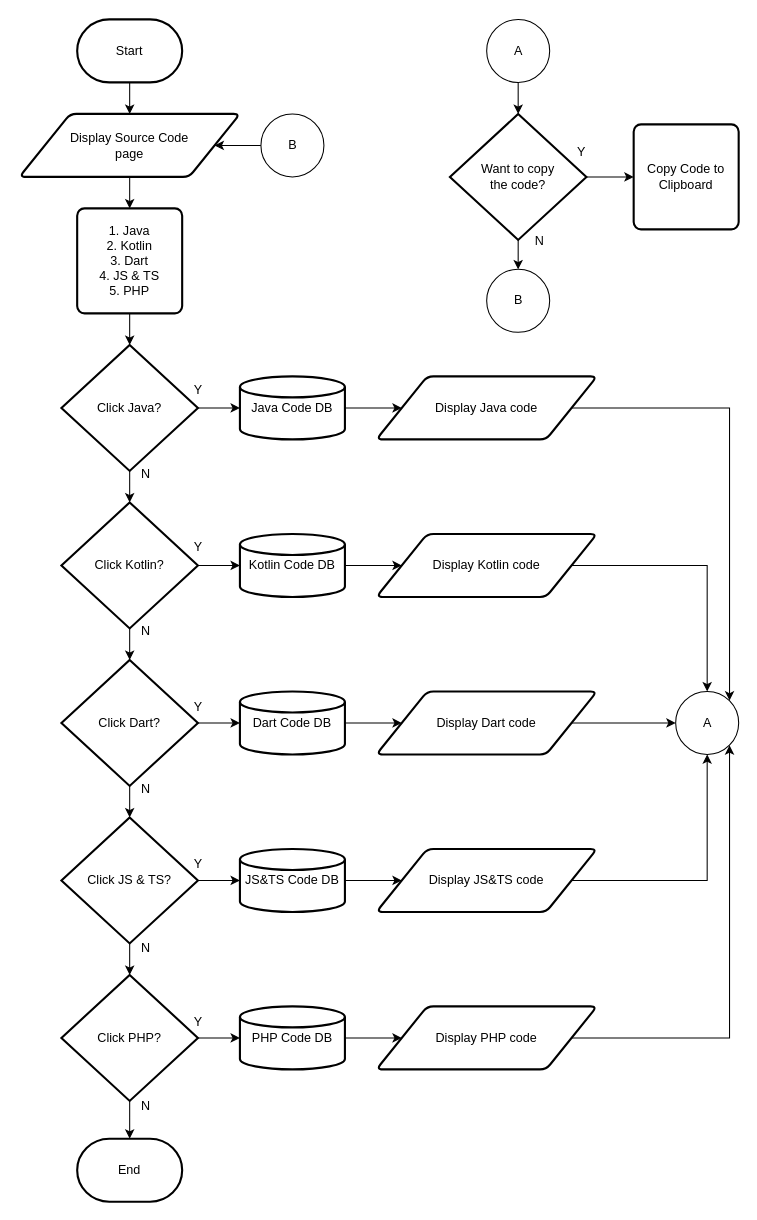
The draw.io diagram page "Page - SC for Member" (6 of 11) of KP2.drawio in dapzz-id/DrawIO, before the edit. Source tidied: cells renumbered, new cells numbered last; positions are measured from the earlier drawing's top-left corner, leaving out a move shared by most shapes. Both pictures are drawn from the tidied source at 105%, with x=0, y=0 at pixel (19, 19).
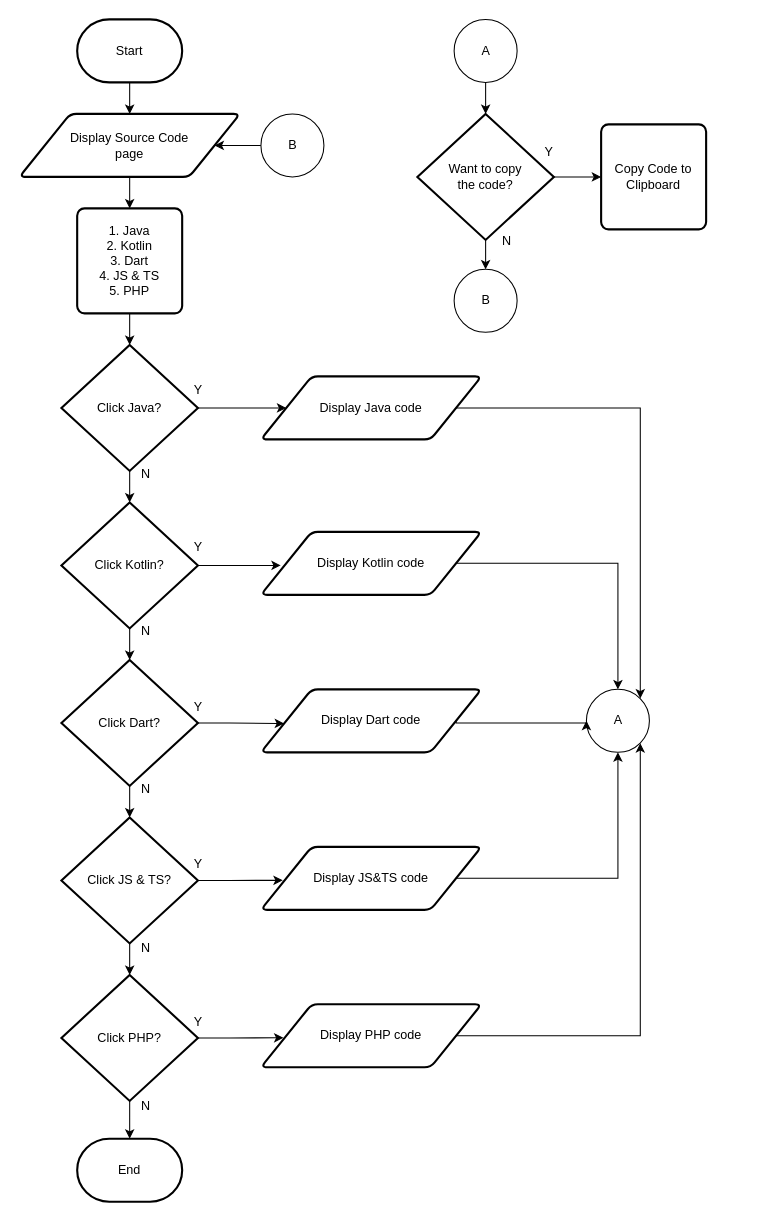
The same page after the edit.

Unchanged cells that the change refers to:
```xml
<mxCell id="8" value="Click Java?" style="strokeWidth=2;html=1;shape=mxgraph.flowchart.decision;whiteSpace=wrap;" parent="1" vertex="1">
  <mxGeometry x="40" y="310" width="130" height="120" as="geometry" />
</mxCell>
<mxCell id="11" value="Click Kotlin?" style="strokeWidth=2;html=1;shape=mxgraph.flowchart.decision;whiteSpace=wrap;" parent="1" vertex="1">
  <mxGeometry x="40" y="460" width="130" height="120" as="geometry" />
</mxCell>
<mxCell id="14" value="Click Dart?" style="strokeWidth=2;html=1;shape=mxgraph.flowchart.decision;whiteSpace=wrap;" parent="1" vertex="1">
  <mxGeometry x="40" y="610" width="130" height="120" as="geometry" />
</mxCell>
<mxCell id="17" value="Click JS &amp;amp; TS?" style="strokeWidth=2;html=1;shape=mxgraph.flowchart.decision;whiteSpace=wrap;" parent="1" vertex="1">
  <mxGeometry x="40" y="760" width="130" height="120" as="geometry" />
</mxCell>
<mxCell id="20" value="Click PHP?" style="strokeWidth=2;html=1;shape=mxgraph.flowchart.decision;whiteSpace=wrap;" parent="1" vertex="1">
  <mxGeometry x="40" y="910" width="130" height="120" as="geometry" />
</mxCell>
```

What changed in the source:
```diff
@@
-    <mxCell id="7" style="edgeStyle=orthogonalEdgeStyle;rounded=0;jettySize=auto;html=1;" parent="1" edge="1" source="8" target="28">
+    <mxCell id="7" style="edgeStyle=orthogonalEdgeStyle;rounded=0;jettySize=auto;html=1;entryX=0;entryY=0.5;entryDx=0;entryDy=0;" parent="1" edge="1" source="8" target="30">
       <mxGeometry relative="1" as="geometry" />
     </mxCell>
@@
-    <mxCell id="10" style="edgeStyle=orthogonalEdgeStyle;rounded=0;jettySize=auto;html=1;" parent="1" edge="1" source="11" target="34">
+    <mxCell id="10" style="edgeStyle=orthogonalEdgeStyle;rounded=0;jettySize=auto;html=1;entryX=0.09;entryY=0.533;entryDx=0;entryDy=0;entryPerimeter=0;" parent="1" edge="1" source="11" target="45">
       <mxGeometry relative="1" as="geometry" />
     </mxCell>
@@
-    <mxCell id="13" style="edgeStyle=orthogonalEdgeStyle;rounded=0;jettySize=auto;html=1;" parent="1" edge="1" source="14" target="36">
+    <mxCell id="13" style="edgeStyle=orthogonalEdgeStyle;rounded=0;jettySize=auto;html=1;entryX=0.105;entryY=0.542;entryDx=0;entryDy=0;entryPerimeter=0;" parent="1" edge="1" source="14" target="46">
       <mxGeometry relative="1" as="geometry" />
     </mxCell>
@@
-    <mxCell id="16" style="edgeStyle=orthogonalEdgeStyle;rounded=0;jettySize=auto;html=1;" parent="1" edge="1" source="17" target="38">
+    <mxCell id="16" style="edgeStyle=orthogonalEdgeStyle;rounded=0;jettySize=auto;html=1;entryX=0.099;entryY=0.532;entryDx=0;entryDy=0;entryPerimeter=0;" parent="1" edge="1" source="17" target="47">
       <mxGeometry relative="1" as="geometry" />
     </mxCell>
@@
-    <mxCell id="19" style="edgeStyle=orthogonalEdgeStyle;rounded=0;jettySize=auto;html=1;" parent="1" edge="1" source="20" target="40">
+    <mxCell id="19" style="edgeStyle=orthogonalEdgeStyle;rounded=0;jettySize=auto;html=1;entryX=0.102;entryY=0.531;entryDx=0;entryDy=0;entryPerimeter=0;" parent="1" edge="1" source="20" target="48">
       <mxGeometry relative="1" as="geometry" />
     </mxCell>
@@
-    <mxCell id="27" style="edgeStyle=orthogonalEdgeStyle;rounded=0;jettySize=auto;html=1;" parent="1" edge="1" source="28" target="30">
-      <mxGeometry relative="1" as="geometry" />
-    </mxCell>
-    <mxCell id="28" value="Java Code DB" style="strokeWidth=2;html=1;shape=mxgraph.flowchart.database;whiteSpace=wrap;" parent="1" vertex="1">
-      <mxGeometry x="210" y="340" width="100" height="60" as="geometry" />
-    </mxCell>
@@
     <mxCell id="30" value="Display Java code" style="shape=parallelogram;html=1;strokeWidth=2;perimeter=parallelogramPerimeter;whiteSpace=wrap;rounded=1;arcSize=12;size=0.23;" parent="1" vertex="1">
-      <mxGeometry x="340" y="340" width="210" height="60" as="geometry" />
+      <mxGeometry x="230" y="340" width="210" height="60" as="geometry" />
     </mxCell>
@@
-    <mxCell id="33" style="edgeStyle=orthogonalEdgeStyle;rounded=0;jettySize=auto;html=1;" parent="1" edge="1" source="34" target="45">
-      <mxGeometry relative="1" as="geometry" />
-    </mxCell>
-    <mxCell id="34" value="Kotlin Code DB" style="strokeWidth=2;html=1;shape=mxgraph.flowchart.database;whiteSpace=wrap;" parent="1" vertex="1">
-      <mxGeometry x="210" y="490" width="100" height="60" as="geometry" />
-    </mxCell>
-    <mxCell id="35" style="edgeStyle=orthogonalEdgeStyle;rounded=0;jettySize=auto;html=1;" parent="1" edge="1" source="36" target="46">
-      <mxGeometry relative="1" as="geometry" />
-    </mxCell>
-    <mxCell id="36" value="Dart Code DB" style="strokeWidth=2;html=1;shape=mxgraph.flowchart.database;whiteSpace=wrap;" parent="1" vertex="1">
-      <mxGeometry x="210" y="640" width="100" height="60" as="geometry" />
-    </mxCell>
-    <mxCell id="37" style="edgeStyle=orthogonalEdgeStyle;rounded=0;jettySize=auto;html=1;" parent="1" edge="1" source="38" target="47">
-      <mxGeometry relative="1" as="geometry" />
-    </mxCell>
-    <mxCell id="38" value="JS&amp;amp;TS Code DB" style="strokeWidth=2;html=1;shape=mxgraph.flowchart.database;whiteSpace=wrap;" parent="1" vertex="1">
-      <mxGeometry x="210" y="790" width="100" height="60" as="geometry" />
-    </mxCell>
-    <mxCell id="39" style="edgeStyle=orthogonalEdgeStyle;rounded=0;jettySize=auto;html=1;" parent="1" edge="1" source="40" target="48">
-      <mxGeometry relative="1" as="geometry" />
-    </mxCell>
-    <mxCell id="40" value="PHP Code DB" style="strokeWidth=2;html=1;shape=mxgraph.flowchart.database;whiteSpace=wrap;" parent="1" vertex="1">
-      <mxGeometry x="210" y="940" width="100" height="60" as="geometry" />
-    </mxCell>
@@
     <mxCell id="45" value="Display Kotlin code" style="shape=parallelogram;html=1;strokeWidth=2;perimeter=parallelogramPerimeter;whiteSpace=wrap;rounded=1;arcSize=12;size=0.23;" parent="1" vertex="1">
-      <mxGeometry x="340" y="490" width="210" height="60" as="geometry" />
+      <mxGeometry x="230" y="488" width="210" height="60" as="geometry" />
     </mxCell>
     <mxCell id="46" value="Display Dart code" style="shape=parallelogram;html=1;strokeWidth=2;perimeter=parallelogramPerimeter;whiteSpace=wrap;rounded=1;arcSize=12;size=0.23;" parent="1" vertex="1">
-      <mxGeometry x="340" y="640" width="210" height="60" as="geometry" />
+      <mxGeometry x="230" y="638" width="210" height="60" as="geometry" />
     </mxCell>
     <mxCell id="47" value="Display JS&amp;amp;TS code" style="shape=parallelogram;html=1;strokeWidth=2;perimeter=parallelogramPerimeter;whiteSpace=wrap;rounded=1;arcSize=12;size=0.23;" parent="1" vertex="1">
-      <mxGeometry x="340" y="790" width="210" height="60" as="geometry" />
+      <mxGeometry x="230" y="788" width="210" height="60" as="geometry" />
     </mxCell>
     <mxCell id="48" value="Display PHP code" style="shape=parallelogram;html=1;strokeWidth=2;perimeter=parallelogramPerimeter;whiteSpace=wrap;rounded=1;arcSize=12;size=0.23;" parent="1" vertex="1">
-      <mxGeometry x="340" y="940" width="210" height="60" as="geometry" />
+      <mxGeometry x="230" y="938" width="210" height="60" as="geometry" />
     </mxCell>
     <mxCell id="49" value="A" style="verticalLabelPosition=middle;verticalAlign=middle;html=1;shape=mxgraph.flowchart.on-page_reference;labelPosition=center;align=center;" parent="1" vertex="1">
-      <mxGeometry x="625" y="640" width="60" height="60" as="geometry" />
+      <mxGeometry x="540" y="638" width="60" height="60" as="geometry" />
     </mxCell>
@@
     <mxCell id="52" style="edgeStyle=orthogonalEdgeStyle;rounded=0;jettySize=auto;html=1;exitX=1;exitY=0.5;exitDx=0;exitDy=0;entryX=0;entryY=0.5;entryDx=0;entryDy=0;entryPerimeter=0;" parent="1" edge="1" source="46" target="49">
-      <mxGeometry relative="1" as="geometry" />
+      <mxGeometry relative="1" as="geometry">
+        <Array as="points">
+          <mxPoint x="416" y="670" />
+        </Array>
+      </mxGeometry>
     </mxCell>
@@
     <mxCell id="56" value="A" style="verticalLabelPosition=middle;verticalAlign=middle;html=1;shape=mxgraph.flowchart.on-page_reference;labelPosition=center;align=center;" parent="1" vertex="1">
-      <mxGeometry x="445" width="60" height="60" as="geometry" />
+      <mxGeometry x="414" width="60" height="60" as="geometry" />
     </mxCell>
@@
     <mxCell id="61" value="Want to copy&lt;div&gt;&lt;span style=&quot;background-color: transparent; color: light-dark(rgb(0, 0, 0), rgb(255, 255, 255));&quot;&gt;the code?&lt;/span&gt;&lt;/div&gt;" style="strokeWidth=2;html=1;shape=mxgraph.flowchart.decision;whiteSpace=wrap;" parent="1" vertex="1">
-      <mxGeometry x="410" y="90" width="130" height="120" as="geometry" />
+      <mxGeometry x="379" y="90" width="130" height="120" as="geometry" />
     </mxCell>
     <mxCell id="62" value="B" style="verticalLabelPosition=middle;verticalAlign=middle;html=1;shape=mxgraph.flowchart.on-page_reference;labelPosition=center;align=center;" parent="1" vertex="1">
-      <mxGeometry x="445" y="238" width="60" height="60" as="geometry" />
+      <mxGeometry x="414" y="238" width="60" height="60" as="geometry" />
     </mxCell>
     <mxCell id="63" value="N" style="text;html=1;align=center;verticalAlign=middle;strokeColor=none;fillColor=none;" parent="1" vertex="1">
-      <mxGeometry x="480" y="196" width="30" height="30" as="geometry" />
+      <mxGeometry x="449" y="196" width="30" height="30" as="geometry" />
     </mxCell>
     <mxCell id="64" value="Copy Code to&lt;div&gt;Clipboard&lt;/div&gt;" style="rounded=1;whiteSpace=wrap;html=1;absoluteArcSize=1;arcSize=14;strokeWidth=2;" parent="1" vertex="1">
-      <mxGeometry x="585" y="100" width="100" height="100" as="geometry" />
+      <mxGeometry x="554" y="100" width="100" height="100" as="geometry" />
     </mxCell>
     <mxCell id="65" value="Y" style="text;html=1;align=center;verticalAlign=middle;strokeColor=none;fillColor=none;" parent="1" vertex="1">
-      <mxGeometry x="520" y="112" width="30" height="30" as="geometry" />
+      <mxGeometry x="489" y="112" width="30" height="30" as="geometry" />
     </mxCell>
```
